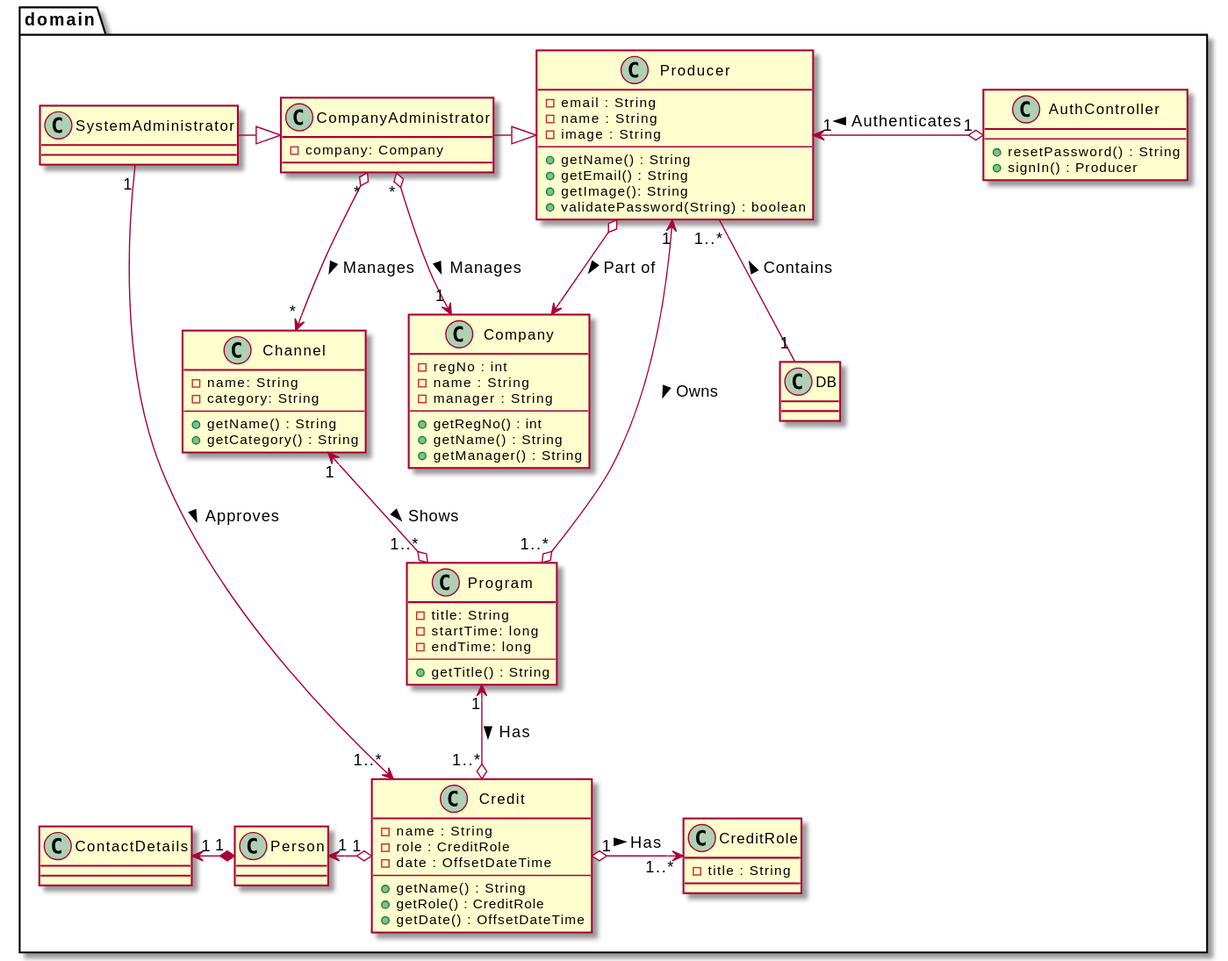
Berkanktk/SE02-SE-G02-SPRO keeps this PlantUML diagram as uml/class_diagrams/domain_model/domain_model_extended.svg. Above is the earlier version.
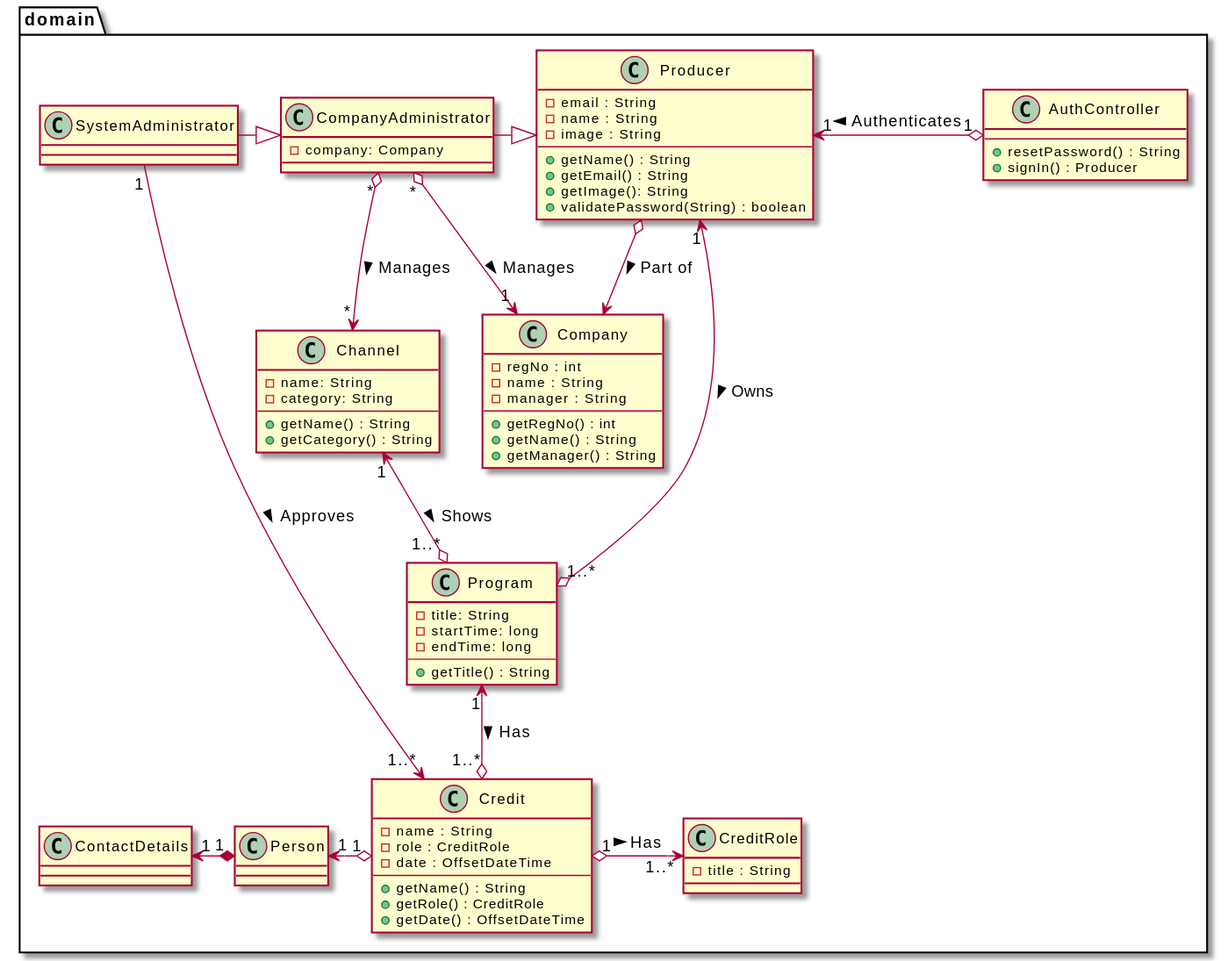
After the commit.

What changed in the source:
```diff
@@ -66,9 +66,6 @@
         + signIn() : Producer
     }
 
-    class DB {
-    }
-
     class Person {
     }
 
@@ -86,7 +83,6 @@
 Producer "1" <--o "1..*" Program : "Owns >"
 Producer "1" <-o "1" AuthController : "Authenticates <"
 Producer o--> Company : "Part of >"
-Producer "1..*" -- "1" DB : "Contains <"
 
 Channel "1" <--o "1..*" Program : "Shows >"
 
```
